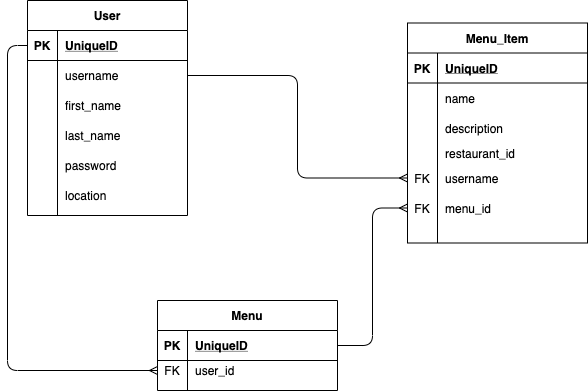
Earlier version of the draw.io export eatUpSchema.png (namroc89/eatup-backend). Source tidied: cells renumbered, new cells last; positions are measured from the earlier drawing's top-left corner, leaving out a move shared by most shapes. Source of this version:
```xml
<mxGraphModel>
  <root>
    <mxCell id="0" />
    <mxCell id="1" parent="0" />
    <mxCell id="2" value="Menu_Item" style="shape=table;startSize=30;rowLines=0;fontStyle=1;align=center;" parent="1" vertex="1">
      <mxGeometry x="380" y="22.5" width="180" height="220" as="geometry" />
    </mxCell>
    <mxCell id="3" style="shape=partialRectangle;fillColor=none;top=0;left=0;bottom=1;right=0;" parent="2" vertex="1">
      <mxGeometry y="30" width="180" height="30" as="geometry" />
    </mxCell>
    <mxCell id="4" value="PK" style="shape=partialRectangle;fillColor=none;top=0;left=0;bottom=0;right=0;fontStyle=1;overflow=hidden;" parent="3" vertex="1">
      <mxGeometry width="30" height="30" as="geometry" />
    </mxCell>
    <mxCell id="5" value="UniqueID" style="shape=partialRectangle;fillColor=none;top=0;left=0;bottom=0;right=0;align=left;spacingLeft=6;fontStyle=5;overflow=hidden;" parent="3" vertex="1">
      <mxGeometry x="30" width="150" height="30" as="geometry" />
    </mxCell>
    <mxCell id="6" style="shape=partialRectangle;fillColor=none;top=0;left=0;bottom=0;right=0;" parent="2" vertex="1">
      <mxGeometry y="60" width="180" height="30" as="geometry" />
    </mxCell>
    <mxCell id="7" style="shape=partialRectangle;fillColor=none;top=0;left=0;bottom=0;right=0;overflow=hidden;" parent="6" vertex="1">
      <mxGeometry width="30" height="30" as="geometry" />
    </mxCell>
    <mxCell id="8" value="name" style="shape=partialRectangle;fillColor=none;top=0;left=0;bottom=0;right=0;align=left;spacingLeft=6;overflow=hidden;" parent="6" vertex="1">
      <mxGeometry x="30" width="150" height="30" as="geometry" />
    </mxCell>
    <mxCell id="9" style="shape=partialRectangle;fillColor=none;top=0;left=0;bottom=0;right=0;" parent="2" vertex="1">
      <mxGeometry y="90" width="180" height="30" as="geometry" />
    </mxCell>
    <mxCell id="10" style="shape=partialRectangle;fillColor=none;top=0;left=0;bottom=0;right=0;overflow=hidden;" parent="9" vertex="1">
      <mxGeometry width="30" height="30" as="geometry" />
    </mxCell>
    <mxCell id="11" value="description" style="shape=partialRectangle;fillColor=none;top=0;left=0;bottom=0;right=0;align=left;spacingLeft=6;overflow=hidden;" parent="9" vertex="1">
      <mxGeometry x="30" width="150" height="30" as="geometry" />
    </mxCell>
    <mxCell id="12" style="shape=partialRectangle;fillColor=none;top=0;left=0;bottom=0;right=0;" parent="2" vertex="1">
      <mxGeometry y="120" width="180" height="20" as="geometry" />
    </mxCell>
    <mxCell id="13" style="shape=partialRectangle;fillColor=none;top=0;left=0;bottom=0;right=0;overflow=hidden;" parent="12" vertex="1">
      <mxGeometry width="30" height="20" as="geometry" />
    </mxCell>
    <mxCell id="14" value="restaurant_id" style="shape=partialRectangle;fillColor=none;top=0;left=0;bottom=0;right=0;align=left;spacingLeft=6;overflow=hidden;" parent="12" vertex="1">
      <mxGeometry x="30" width="150" height="20" as="geometry" />
    </mxCell>
    <mxCell id="15" style="shape=partialRectangle;fillColor=none;top=0;left=0;bottom=0;right=0;points=[[0,0.5],[1,0.5]];portConstraint=eastwest;" parent="2" vertex="1">
      <mxGeometry y="140" width="180" height="30" as="geometry" />
    </mxCell>
    <mxCell id="16" value="FK" style="shape=partialRectangle;fillColor=none;top=0;left=0;bottom=0;right=0;overflow=hidden;" parent="15" vertex="1">
      <mxGeometry width="30" height="30" as="geometry" />
    </mxCell>
    <mxCell id="17" value="username" style="shape=partialRectangle;fillColor=none;top=0;left=0;bottom=0;right=0;align=left;spacingLeft=6;overflow=hidden;" parent="15" vertex="1">
      <mxGeometry x="30" width="150" height="30" as="geometry" />
    </mxCell>
    <mxCell id="18" style="shape=partialRectangle;fillColor=none;top=0;left=0;bottom=0;right=0;points=[[0,0.5],[1,0.5]];portConstraint=eastwest;" parent="2" vertex="1">
      <mxGeometry y="170" width="180" height="30" as="geometry" />
    </mxCell>
    <mxCell id="19" value="FK" style="shape=partialRectangle;fillColor=none;top=0;left=0;bottom=0;right=0;overflow=hidden;" parent="18" vertex="1">
      <mxGeometry width="30" height="30" as="geometry" />
    </mxCell>
    <mxCell id="20" value="menu_id" style="shape=partialRectangle;fillColor=none;top=0;left=0;bottom=0;right=0;align=left;spacingLeft=6;overflow=hidden;" parent="18" vertex="1">
      <mxGeometry x="30" width="150" height="30" as="geometry" />
    </mxCell>
    <mxCell id="21" value="User" style="shape=table;startSize=30;rowLines=0;fontStyle=1;align=center;" parent="1" vertex="1">
      <mxGeometry width="160" height="215" as="geometry" />
    </mxCell>
    <mxCell id="22" style="shape=partialRectangle;fillColor=none;top=0;left=0;bottom=1;right=0;points=[[0,0.5],[1,0.5]];portConstraint=eastwest;" parent="21" vertex="1">
      <mxGeometry y="30" width="160" height="30" as="geometry" />
    </mxCell>
    <mxCell id="23" value="PK" style="shape=partialRectangle;fillColor=none;top=0;left=0;bottom=0;right=0;fontStyle=1;overflow=hidden;" parent="22" vertex="1">
      <mxGeometry width="30" height="30" as="geometry" />
    </mxCell>
    <mxCell id="24" value="UniqueID" style="shape=partialRectangle;fillColor=none;top=0;left=0;bottom=0;right=0;align=left;spacingLeft=6;fontStyle=5;overflow=hidden;" parent="22" vertex="1">
      <mxGeometry x="30" width="130" height="30" as="geometry" />
    </mxCell>
    <mxCell id="25" style="shape=partialRectangle;fillColor=none;top=0;left=0;bottom=0;right=0;points=[[0,0.5],[1,0.5]];portConstraint=eastwest;" parent="21" vertex="1">
      <mxGeometry y="60" width="160" height="30" as="geometry" />
    </mxCell>
    <mxCell id="26" style="shape=partialRectangle;fillColor=none;top=0;left=0;bottom=0;right=0;overflow=hidden;" parent="25" vertex="1">
      <mxGeometry width="30" height="30" as="geometry" />
    </mxCell>
    <mxCell id="27" value="username" style="shape=partialRectangle;fillColor=none;top=0;left=0;bottom=0;right=0;align=left;spacingLeft=6;overflow=hidden;" parent="25" vertex="1">
      <mxGeometry x="30" width="130" height="30" as="geometry" />
    </mxCell>
    <mxCell id="28" style="shape=partialRectangle;fillColor=none;top=0;left=0;bottom=0;right=0;" parent="21" vertex="1">
      <mxGeometry y="90" width="160" height="30" as="geometry" />
    </mxCell>
    <mxCell id="29" style="shape=partialRectangle;fillColor=none;top=0;left=0;bottom=0;right=0;overflow=hidden;" parent="28" vertex="1">
      <mxGeometry width="30" height="30" as="geometry" />
    </mxCell>
    <mxCell id="30" value="first_name" style="shape=partialRectangle;fillColor=none;top=0;left=0;bottom=0;right=0;align=left;spacingLeft=6;overflow=hidden;" parent="28" vertex="1">
      <mxGeometry x="30" width="130" height="30" as="geometry" />
    </mxCell>
    <mxCell id="31" style="shape=partialRectangle;fillColor=none;top=0;left=0;bottom=0;right=0;" parent="21" vertex="1">
      <mxGeometry y="120" width="160" height="30" as="geometry" />
    </mxCell>
    <mxCell id="32" style="shape=partialRectangle;fillColor=none;top=0;left=0;bottom=0;right=0;overflow=hidden;" parent="31" vertex="1">
      <mxGeometry width="30" height="30" as="geometry" />
    </mxCell>
    <mxCell id="33" value="last_name" style="shape=partialRectangle;fillColor=none;top=0;left=0;bottom=0;right=0;align=left;spacingLeft=6;overflow=hidden;" parent="31" vertex="1">
      <mxGeometry x="30" width="130" height="30" as="geometry" />
    </mxCell>
    <mxCell id="34" style="shape=partialRectangle;fillColor=none;top=0;left=0;bottom=0;right=0;" parent="21" vertex="1">
      <mxGeometry y="150" width="160" height="30" as="geometry" />
    </mxCell>
    <mxCell id="35" style="shape=partialRectangle;fillColor=none;top=0;left=0;bottom=0;right=0;overflow=hidden;" parent="34" vertex="1">
      <mxGeometry width="30" height="30" as="geometry" />
    </mxCell>
    <mxCell id="36" value="password" style="shape=partialRectangle;fillColor=none;top=0;left=0;bottom=0;right=0;align=left;spacingLeft=6;overflow=hidden;" parent="34" vertex="1">
      <mxGeometry x="30" width="130" height="30" as="geometry" />
    </mxCell>
    <mxCell id="37" style="shape=partialRectangle;fillColor=none;top=0;left=0;bottom=0;right=0;" parent="21" vertex="1">
      <mxGeometry y="180" width="160" height="30" as="geometry" />
    </mxCell>
    <mxCell id="38" style="shape=partialRectangle;fillColor=none;top=0;left=0;bottom=0;right=0;overflow=hidden;" parent="37" vertex="1">
      <mxGeometry width="30" height="30" as="geometry" />
    </mxCell>
    <mxCell id="39" value="location" style="shape=partialRectangle;fillColor=none;top=0;left=0;bottom=0;right=0;align=left;spacingLeft=6;overflow=hidden;" parent="37" vertex="1">
      <mxGeometry x="30" width="130" height="30" as="geometry" />
    </mxCell>
    <mxCell id="40" value="Menu" style="shape=table;startSize=30;rowLines=0;fontStyle=1;align=center;" parent="1" vertex="1">
      <mxGeometry x="130" y="300" width="180" height="90" as="geometry" />
    </mxCell>
    <mxCell id="41" style="shape=partialRectangle;fillColor=none;top=0;left=0;bottom=1;right=0;points=[[0,0.5],[1,0.5]];portConstraint=eastwest;" parent="40" vertex="1">
      <mxGeometry y="30" width="180" height="30" as="geometry" />
    </mxCell>
    <mxCell id="42" value="PK" style="shape=partialRectangle;fillColor=none;top=0;left=0;bottom=0;right=0;fontStyle=1;overflow=hidden;" parent="41" vertex="1">
      <mxGeometry width="30" height="30" as="geometry" />
    </mxCell>
    <mxCell id="43" value="UniqueID" style="shape=partialRectangle;fillColor=none;top=0;left=0;bottom=0;right=0;align=left;spacingLeft=6;fontStyle=5;overflow=hidden;" parent="41" vertex="1">
      <mxGeometry x="30" width="150" height="30" as="geometry" />
    </mxCell>
    <mxCell id="44" style="shape=partialRectangle;fillColor=none;top=0;left=0;bottom=0;right=0;points=[[0,0.5],[1,0.5]];portConstraint=eastwest;" parent="40" vertex="1">
      <mxGeometry y="60" width="180" height="20" as="geometry" />
    </mxCell>
    <mxCell id="45" value="FK" style="shape=partialRectangle;fillColor=none;top=0;left=0;bottom=0;right=0;overflow=hidden;" parent="44" vertex="1">
      <mxGeometry width="30" height="20" as="geometry" />
    </mxCell>
    <mxCell id="46" value="user_id" style="shape=partialRectangle;fillColor=none;top=0;left=0;bottom=0;right=0;align=left;spacingLeft=6;overflow=hidden;" parent="44" vertex="1">
      <mxGeometry x="30" width="150" height="20" as="geometry" />
    </mxCell>
    <mxCell id="47" style="edgeStyle=orthogonalEdgeStyle;jettySize=auto;html=1;exitX=0;exitY=0.5;exitDx=0;exitDy=0;entryX=0;entryY=0.5;entryDx=0;entryDy=0;rounded=1;endArrow=ERmany;endFill=0;" parent="1" edge="1" source="22" target="44">
      <mxGeometry relative="1" as="geometry" />
    </mxCell>
    <mxCell id="48" style="edgeStyle=orthogonalEdgeStyle;rounded=1;jettySize=auto;html=1;exitX=1;exitY=0.5;exitDx=0;exitDy=0;entryX=0;entryY=0.5;entryDx=0;entryDy=0;endArrow=ERmany;endFill=0;" parent="1" edge="1" source="41" target="18">
      <mxGeometry relative="1" as="geometry" />
    </mxCell>
    <mxCell id="49" style="edgeStyle=orthogonalEdgeStyle;rounded=1;jettySize=auto;html=1;exitX=1;exitY=0.5;exitDx=0;exitDy=0;entryX=0;entryY=0.5;entryDx=0;entryDy=0;endArrow=ERmany;endFill=0;" parent="1" edge="1" source="25" target="15">
      <mxGeometry relative="1" as="geometry" />
    </mxCell>
  </root>
</mxGraphModel>
```
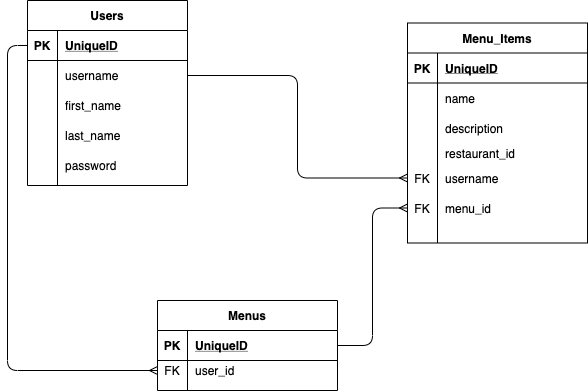
The same file after the commit.

Change to the diagram source:
```diff
@@ -2,7 +2,7 @@
   <root>
     <mxCell id="0" />
     <mxCell id="1" parent="0" />
-    <mxCell id="2" value="Menu_Item" style="shape=table;startSize=30;rowLines=0;fontStyle=1;align=center;" parent="1" vertex="1">
+    <mxCell id="2" value="Menu_Items" style="shape=table;startSize=30;rowLines=0;fontStyle=1;align=center;" parent="1" vertex="1">
       <mxGeometry x="380" y="22.5" width="180" height="220" as="geometry" />
     </mxCell>
     <mxCell id="3" style="shape=partialRectangle;fillColor=none;top=0;left=0;bottom=1;right=0;" parent="2" vertex="1">
@@ -59,8 +59,8 @@
     <mxCell id="20" value="menu_id" style="shape=partialRectangle;fillColor=none;top=0;left=0;bottom=0;right=0;align=left;spacingLeft=6;overflow=hidden;" parent="18" vertex="1">
       <mxGeometry x="30" width="150" height="30" as="geometry" />
     </mxCell>
-    <mxCell id="21" value="User" style="shape=table;startSize=30;rowLines=0;fontStyle=1;align=center;" parent="1" vertex="1">
-      <mxGeometry width="160" height="215" as="geometry" />
+    <mxCell id="21" value="Users" style="shape=table;startSize=30;rowLines=0;fontStyle=1;align=center;" parent="1" vertex="1">
+      <mxGeometry width="160" height="185" as="geometry" />
     </mxCell>
     <mxCell id="22" style="shape=partialRectangle;fillColor=none;top=0;left=0;bottom=1;right=0;points=[[0,0.5],[1,0.5]];portConstraint=eastwest;" parent="21" vertex="1">
       <mxGeometry y="30" width="160" height="30" as="geometry" />
@@ -107,16 +107,7 @@
     <mxCell id="36" value="password" style="shape=partialRectangle;fillColor=none;top=0;left=0;bottom=0;right=0;align=left;spacingLeft=6;overflow=hidden;" parent="34" vertex="1">
       <mxGeometry x="30" width="130" height="30" as="geometry" />
     </mxCell>
-    <mxCell id="37" style="shape=partialRectangle;fillColor=none;top=0;left=0;bottom=0;right=0;" parent="21" vertex="1">
-      <mxGeometry y="180" width="160" height="30" as="geometry" />
-    </mxCell>
-    <mxCell id="38" style="shape=partialRectangle;fillColor=none;top=0;left=0;bottom=0;right=0;overflow=hidden;" parent="37" vertex="1">
-      <mxGeometry width="30" height="30" as="geometry" />
-    </mxCell>
-    <mxCell id="39" value="location" style="shape=partialRectangle;fillColor=none;top=0;left=0;bottom=0;right=0;align=left;spacingLeft=6;overflow=hidden;" parent="37" vertex="1">
-      <mxGeometry x="30" width="130" height="30" as="geometry" />
-    </mxCell>
-    <mxCell id="40" value="Menu" style="shape=table;startSize=30;rowLines=0;fontStyle=1;align=center;" parent="1" vertex="1">
+    <mxCell id="40" value="Menus" style="shape=table;startSize=30;rowLines=0;fontStyle=1;align=center;" parent="1" vertex="1">
       <mxGeometry x="130" y="300" width="180" height="90" as="geometry" />
     </mxCell>
     <mxCell id="41" style="shape=partialRectangle;fillColor=none;top=0;left=0;bottom=1;right=0;points=[[0,0.5],[1,0.5]];portConstraint=eastwest;" parent="40" vertex="1">
```
